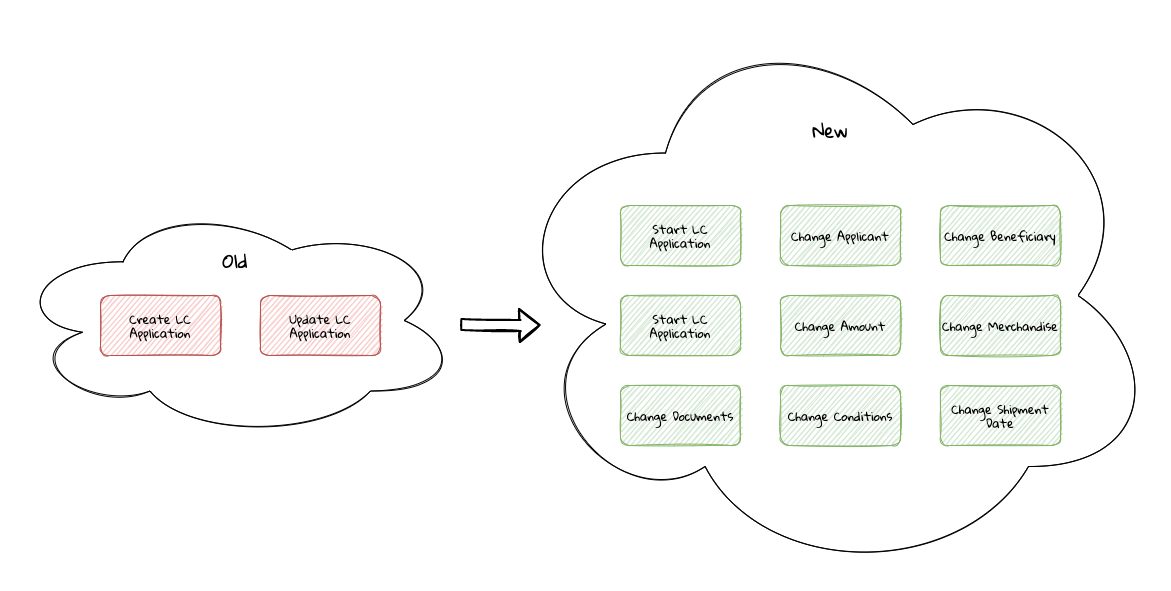
This is images/ui-patterns/old-new-commands.png from ddd-book-java/prem-website, a draw.io export, as it was before one commit. Source tidied: cells renumbered, new cells last; positions are measured from the earlier drawing's top-left corner, leaving out a move shared by most shapes. Source of this version:
```xml
<mxGraphModel>
  <root>
    <mxCell id="0" />
    <mxCell id="1" parent="0" />
    <mxCell id="2" style="ellipse;shape=cloud;whiteSpace=wrap;html=1;rounded=1;fontFamily=Gloria Hallelujah;fontSource=https%3A%2F%2Ffonts.googleapis.com%2Fcss%3Ffamily%3DGloria%2BHallelujah;sketch=1;" parent="1" vertex="1">
      <mxGeometry x="490" width="660" height="570" as="geometry" />
    </mxCell>
    <mxCell id="3" style="ellipse;shape=cloud;whiteSpace=wrap;html=1;rounded=1;fontFamily=Gloria Hallelujah;fontSource=https%3A%2F%2Ffonts.googleapis.com%2Fcss%3Ffamily%3DGloria%2BHallelujah;sketch=1;" parent="1" vertex="1">
      <mxGeometry y="192.5" width="450" height="235" as="geometry" />
    </mxCell>
    <mxCell id="4" value="Create LC Application" style="rounded=1;whiteSpace=wrap;html=1;fontFamily=Gloria Hallelujah;fontSource=https%3A%2F%2Ffonts.googleapis.com%2Fcss%3Ffamily%3DGloria%2BHallelujah;sketch=1;fillColor=#f8cecc;strokeColor=#b85450;" parent="1" vertex="1">
      <mxGeometry x="90" y="285" width="120" height="60" as="geometry" />
    </mxCell>
    <mxCell id="5" value="Update LC Application" style="rounded=1;whiteSpace=wrap;html=1;fontFamily=Gloria Hallelujah;fontSource=https%3A%2F%2Ffonts.googleapis.com%2Fcss%3Ffamily%3DGloria%2BHallelujah;sketch=1;fillColor=#f8cecc;strokeColor=#b85450;" parent="1" vertex="1">
      <mxGeometry x="250" y="285" width="120" height="60" as="geometry" />
    </mxCell>
    <mxCell id="6" value="Start LC Application" style="rounded=1;whiteSpace=wrap;html=1;fontFamily=Gloria Hallelujah;fontSource=https%3A%2F%2Ffonts.googleapis.com%2Fcss%3Ffamily%3DGloria%2BHallelujah;sketch=1;glass=0;fillColor=#d5e8d4;strokeColor=#82b366;" parent="1" vertex="1">
      <mxGeometry x="610" y="195" width="120" height="60" as="geometry" />
    </mxCell>
    <mxCell id="7" value="Change Applicant" style="rounded=1;whiteSpace=wrap;html=1;fontFamily=Gloria Hallelujah;fontSource=https%3A%2F%2Ffonts.googleapis.com%2Fcss%3Ffamily%3DGloria%2BHallelujah;sketch=1;fillColor=#d5e8d4;strokeColor=#82b366;" parent="1" vertex="1">
      <mxGeometry x="770" y="195" width="120" height="60" as="geometry" />
    </mxCell>
    <mxCell id="8" value="Change Beneficiary" style="rounded=1;whiteSpace=wrap;html=1;fontFamily=Gloria Hallelujah;fontSource=https%3A%2F%2Ffonts.googleapis.com%2Fcss%3Ffamily%3DGloria%2BHallelujah;sketch=1;fillColor=#d5e8d4;strokeColor=#82b366;" parent="1" vertex="1">
      <mxGeometry x="930" y="195" width="120" height="60" as="geometry" />
    </mxCell>
    <mxCell id="9" value="Start LC Application" style="rounded=1;whiteSpace=wrap;html=1;fontFamily=Gloria Hallelujah;fontSource=https%3A%2F%2Ffonts.googleapis.com%2Fcss%3Ffamily%3DGloria%2BHallelujah;sketch=1;fillColor=#d5e8d4;strokeColor=#82b366;" parent="1" vertex="1">
      <mxGeometry x="610" y="285" width="120" height="60" as="geometry" />
    </mxCell>
    <mxCell id="10" value="Change Amount" style="rounded=1;whiteSpace=wrap;html=1;fontFamily=Gloria Hallelujah;fontSource=https%3A%2F%2Ffonts.googleapis.com%2Fcss%3Ffamily%3DGloria%2BHallelujah;sketch=1;fillColor=#d5e8d4;strokeColor=#82b366;" parent="1" vertex="1">
      <mxGeometry x="770" y="285" width="120" height="60" as="geometry" />
    </mxCell>
    <mxCell id="11" value="Change Merchandise" style="rounded=1;whiteSpace=wrap;html=1;fontFamily=Gloria Hallelujah;fontSource=https%3A%2F%2Ffonts.googleapis.com%2Fcss%3Ffamily%3DGloria%2BHallelujah;sketch=1;fillColor=#d5e8d4;strokeColor=#82b366;" parent="1" vertex="1">
      <mxGeometry x="930" y="285" width="120" height="60" as="geometry" />
    </mxCell>
    <mxCell id="12" value="Change Documents" style="rounded=1;whiteSpace=wrap;html=1;fontFamily=Gloria Hallelujah;fontSource=https%3A%2F%2Ffonts.googleapis.com%2Fcss%3Ffamily%3DGloria%2BHallelujah;sketch=1;fillColor=#d5e8d4;strokeColor=#82b366;" parent="1" vertex="1">
      <mxGeometry x="610" y="375" width="120" height="60" as="geometry" />
    </mxCell>
    <mxCell id="13" value="Change Conditions" style="rounded=1;whiteSpace=wrap;html=1;fontFamily=Gloria Hallelujah;fontSource=https%3A%2F%2Ffonts.googleapis.com%2Fcss%3Ffamily%3DGloria%2BHallelujah;sketch=1;fillColor=#d5e8d4;strokeColor=#82b366;" parent="1" vertex="1">
      <mxGeometry x="770" y="375" width="120" height="60" as="geometry" />
    </mxCell>
    <mxCell id="14" value="Change Shipment Date" style="rounded=1;whiteSpace=wrap;html=1;fontFamily=Gloria Hallelujah;fontSource=https%3A%2F%2Ffonts.googleapis.com%2Fcss%3Ffamily%3DGloria%2BHallelujah;sketch=1;fillColor=#d5e8d4;strokeColor=#82b366;" parent="1" vertex="1">
      <mxGeometry x="930" y="375" width="120" height="60" as="geometry" />
    </mxCell>
    <mxCell id="15" style="shape=flexArrow;endArrow=classic;html=1;fontFamily=Gloria Hallelujah;fontSource=https%3A%2F%2Ffonts.googleapis.com%2Fcss%3Ffamily%3DGloria%2BHallelujah;sketch=1;curved=1;strokeWidth=2;" parent="1" edge="1" source="3">
      <mxGeometry relative="1" as="geometry">
        <mxPoint x="530" y="314.5" as="targetPoint" />
        <Array as="points">
          <mxPoint x="510" y="315" />
        </Array>
      </mxGeometry>
    </mxCell>
    <mxCell id="16" value="Old" style="text;html=1;strokeColor=none;fillColor=none;align=center;verticalAlign=middle;whiteSpace=wrap;rounded=0;sketch=1;fontFamily=Gloria Hallelujah;fontSource=https%3A%2F%2Ffonts.googleapis.com%2Fcss%3Ffamily%3DGloria%2BHallelujah;fontSize=18;" parent="1" vertex="1">
      <mxGeometry x="205" y="240" width="40" height="20" as="geometry" />
    </mxCell>
    <mxCell id="17" value="New" style="text;html=1;strokeColor=none;fillColor=none;align=center;verticalAlign=middle;whiteSpace=wrap;rounded=0;sketch=1;fontFamily=Gloria Hallelujah;fontSource=https%3A%2F%2Ffonts.googleapis.com%2Fcss%3Ffamily%3DGloria%2BHallelujah;fontSize=18;" parent="1" vertex="1">
      <mxGeometry x="800" y="110" width="40" height="20" as="geometry" />
    </mxCell>
  </root>
</mxGraphModel>
```
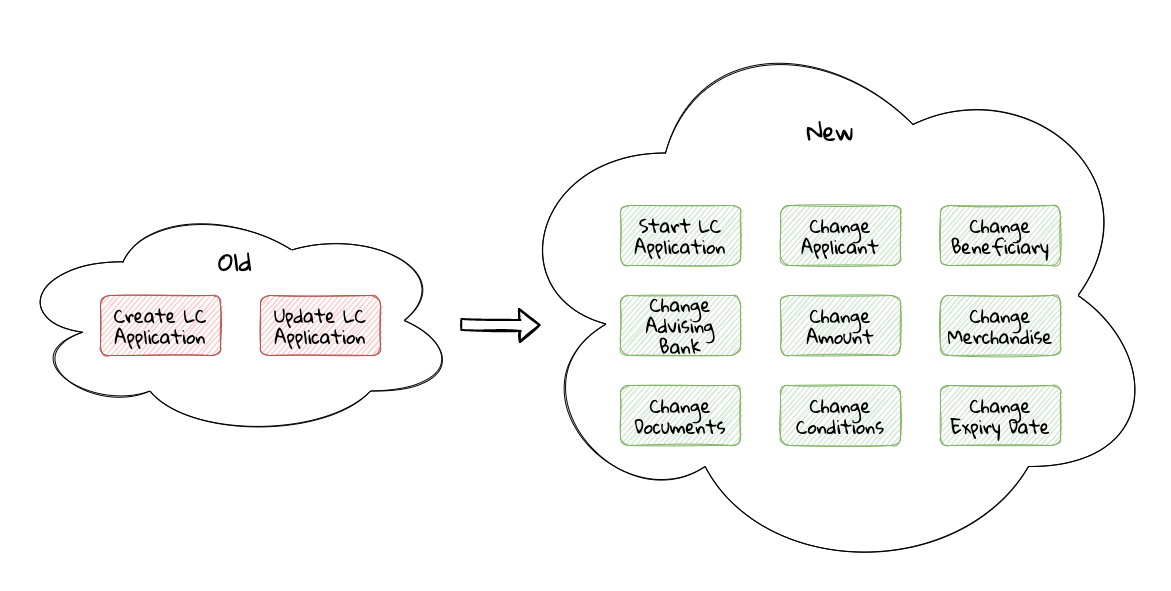
Later version of the same file.

Change to the diagram source:
```diff
@@ -8,37 +8,37 @@
     <mxCell id="3" style="ellipse;shape=cloud;whiteSpace=wrap;html=1;rounded=1;fontFamily=Gloria Hallelujah;fontSource=https%3A%2F%2Ffonts.googleapis.com%2Fcss%3Ffamily%3DGloria%2BHallelujah;sketch=1;" parent="1" vertex="1">
       <mxGeometry y="192.5" width="450" height="235" as="geometry" />
     </mxCell>
-    <mxCell id="4" value="Create LC Application" style="rounded=1;whiteSpace=wrap;html=1;fontFamily=Gloria Hallelujah;fontSource=https%3A%2F%2Ffonts.googleapis.com%2Fcss%3Ffamily%3DGloria%2BHallelujah;sketch=1;fillColor=#f8cecc;strokeColor=#b85450;" parent="1" vertex="1">
+    <mxCell id="4" value="Create LC Application" style="rounded=1;whiteSpace=wrap;html=1;fontFamily=Gloria Hallelujah;fontSource=https%3A%2F%2Ffonts.googleapis.com%2Fcss%3Ffamily%3DGloria%2BHallelujah;sketch=1;fillColor=#f8cecc;strokeColor=#b85450;fontSize=18;" parent="1" vertex="1">
       <mxGeometry x="90" y="285" width="120" height="60" as="geometry" />
     </mxCell>
-    <mxCell id="5" value="Update LC Application" style="rounded=1;whiteSpace=wrap;html=1;fontFamily=Gloria Hallelujah;fontSource=https%3A%2F%2Ffonts.googleapis.com%2Fcss%3Ffamily%3DGloria%2BHallelujah;sketch=1;fillColor=#f8cecc;strokeColor=#b85450;" parent="1" vertex="1">
+    <mxCell id="5" value="Update LC Application" style="rounded=1;whiteSpace=wrap;html=1;fontFamily=Gloria Hallelujah;fontSource=https%3A%2F%2Ffonts.googleapis.com%2Fcss%3Ffamily%3DGloria%2BHallelujah;sketch=1;fillColor=#f8cecc;strokeColor=#b85450;fontSize=18;" parent="1" vertex="1">
       <mxGeometry x="250" y="285" width="120" height="60" as="geometry" />
     </mxCell>
-    <mxCell id="6" value="Start LC Application" style="rounded=1;whiteSpace=wrap;html=1;fontFamily=Gloria Hallelujah;fontSource=https%3A%2F%2Ffonts.googleapis.com%2Fcss%3Ffamily%3DGloria%2BHallelujah;sketch=1;glass=0;fillColor=#d5e8d4;strokeColor=#82b366;" parent="1" vertex="1">
+    <mxCell id="6" value="Start LC Application" style="rounded=1;whiteSpace=wrap;html=1;fontFamily=Gloria Hallelujah;fontSource=https%3A%2F%2Ffonts.googleapis.com%2Fcss%3Ffamily%3DGloria%2BHallelujah;sketch=1;glass=0;fillColor=#d5e8d4;strokeColor=#82b366;fontSize=18;" parent="1" vertex="1">
       <mxGeometry x="610" y="195" width="120" height="60" as="geometry" />
     </mxCell>
-    <mxCell id="7" value="Change Applicant" style="rounded=1;whiteSpace=wrap;html=1;fontFamily=Gloria Hallelujah;fontSource=https%3A%2F%2Ffonts.googleapis.com%2Fcss%3Ffamily%3DGloria%2BHallelujah;sketch=1;fillColor=#d5e8d4;strokeColor=#82b366;" parent="1" vertex="1">
+    <mxCell id="7" value="Change Applicant" style="rounded=1;whiteSpace=wrap;html=1;fontFamily=Gloria Hallelujah;fontSource=https%3A%2F%2Ffonts.googleapis.com%2Fcss%3Ffamily%3DGloria%2BHallelujah;sketch=1;fillColor=#d5e8d4;strokeColor=#82b366;fontSize=18;" parent="1" vertex="1">
       <mxGeometry x="770" y="195" width="120" height="60" as="geometry" />
     </mxCell>
-    <mxCell id="8" value="Change Beneficiary" style="rounded=1;whiteSpace=wrap;html=1;fontFamily=Gloria Hallelujah;fontSource=https%3A%2F%2Ffonts.googleapis.com%2Fcss%3Ffamily%3DGloria%2BHallelujah;sketch=1;fillColor=#d5e8d4;strokeColor=#82b366;" parent="1" vertex="1">
+    <mxCell id="8" value="Change Beneficiary" style="rounded=1;whiteSpace=wrap;html=1;fontFamily=Gloria Hallelujah;fontSource=https%3A%2F%2Ffonts.googleapis.com%2Fcss%3Ffamily%3DGloria%2BHallelujah;sketch=1;fillColor=#d5e8d4;strokeColor=#82b366;fontSize=18;" parent="1" vertex="1">
       <mxGeometry x="930" y="195" width="120" height="60" as="geometry" />
     </mxCell>
-    <mxCell id="9" value="Start LC Application" style="rounded=1;whiteSpace=wrap;html=1;fontFamily=Gloria Hallelujah;fontSource=https%3A%2F%2Ffonts.googleapis.com%2Fcss%3Ffamily%3DGloria%2BHallelujah;sketch=1;fillColor=#d5e8d4;strokeColor=#82b366;" parent="1" vertex="1">
+    <mxCell id="9" value="Change Advising Bank" style="rounded=1;whiteSpace=wrap;html=1;fontFamily=Gloria Hallelujah;fontSource=https%3A%2F%2Ffonts.googleapis.com%2Fcss%3Ffamily%3DGloria%2BHallelujah;sketch=1;fillColor=#d5e8d4;strokeColor=#82b366;fontSize=18;" parent="1" vertex="1">
       <mxGeometry x="610" y="285" width="120" height="60" as="geometry" />
     </mxCell>
-    <mxCell id="10" value="Change Amount" style="rounded=1;whiteSpace=wrap;html=1;fontFamily=Gloria Hallelujah;fontSource=https%3A%2F%2Ffonts.googleapis.com%2Fcss%3Ffamily%3DGloria%2BHallelujah;sketch=1;fillColor=#d5e8d4;strokeColor=#82b366;" parent="1" vertex="1">
+    <mxCell id="10" value="Change Amount" style="rounded=1;whiteSpace=wrap;html=1;fontFamily=Gloria Hallelujah;fontSource=https%3A%2F%2Ffonts.googleapis.com%2Fcss%3Ffamily%3DGloria%2BHallelujah;sketch=1;fillColor=#d5e8d4;strokeColor=#82b366;fontSize=18;" parent="1" vertex="1">
       <mxGeometry x="770" y="285" width="120" height="60" as="geometry" />
     </mxCell>
-    <mxCell id="11" value="Change Merchandise" style="rounded=1;whiteSpace=wrap;html=1;fontFamily=Gloria Hallelujah;fontSource=https%3A%2F%2Ffonts.googleapis.com%2Fcss%3Ffamily%3DGloria%2BHallelujah;sketch=1;fillColor=#d5e8d4;strokeColor=#82b366;" parent="1" vertex="1">
+    <mxCell id="11" value="Change Merchandise" style="rounded=1;whiteSpace=wrap;html=1;fontFamily=Gloria Hallelujah;fontSource=https%3A%2F%2Ffonts.googleapis.com%2Fcss%3Ffamily%3DGloria%2BHallelujah;sketch=1;fillColor=#d5e8d4;strokeColor=#82b366;fontSize=18;" parent="1" vertex="1">
       <mxGeometry x="930" y="285" width="120" height="60" as="geometry" />
     </mxCell>
-    <mxCell id="12" value="Change Documents" style="rounded=1;whiteSpace=wrap;html=1;fontFamily=Gloria Hallelujah;fontSource=https%3A%2F%2Ffonts.googleapis.com%2Fcss%3Ffamily%3DGloria%2BHallelujah;sketch=1;fillColor=#d5e8d4;strokeColor=#82b366;" parent="1" vertex="1">
+    <mxCell id="12" value="Change Documents" style="rounded=1;whiteSpace=wrap;html=1;fontFamily=Gloria Hallelujah;fontSource=https%3A%2F%2Ffonts.googleapis.com%2Fcss%3Ffamily%3DGloria%2BHallelujah;sketch=1;fillColor=#d5e8d4;strokeColor=#82b366;fontSize=18;" parent="1" vertex="1">
       <mxGeometry x="610" y="375" width="120" height="60" as="geometry" />
     </mxCell>
-    <mxCell id="13" value="Change Conditions" style="rounded=1;whiteSpace=wrap;html=1;fontFamily=Gloria Hallelujah;fontSource=https%3A%2F%2Ffonts.googleapis.com%2Fcss%3Ffamily%3DGloria%2BHallelujah;sketch=1;fillColor=#d5e8d4;strokeColor=#82b366;" parent="1" vertex="1">
+    <mxCell id="13" value="Change Conditions" style="rounded=1;whiteSpace=wrap;html=1;fontFamily=Gloria Hallelujah;fontSource=https%3A%2F%2Ffonts.googleapis.com%2Fcss%3Ffamily%3DGloria%2BHallelujah;sketch=1;fillColor=#d5e8d4;strokeColor=#82b366;fontSize=18;" parent="1" vertex="1">
       <mxGeometry x="770" y="375" width="120" height="60" as="geometry" />
     </mxCell>
-    <mxCell id="14" value="Change Shipment Date" style="rounded=1;whiteSpace=wrap;html=1;fontFamily=Gloria Hallelujah;fontSource=https%3A%2F%2Ffonts.googleapis.com%2Fcss%3Ffamily%3DGloria%2BHallelujah;sketch=1;fillColor=#d5e8d4;strokeColor=#82b366;" parent="1" vertex="1">
+    <mxCell id="14" value="Change Expiry Date" style="rounded=1;whiteSpace=wrap;html=1;fontFamily=Gloria Hallelujah;fontSource=https%3A%2F%2Ffonts.googleapis.com%2Fcss%3Ffamily%3DGloria%2BHallelujah;sketch=1;fillColor=#d5e8d4;strokeColor=#82b366;fontSize=18;" parent="1" vertex="1">
       <mxGeometry x="930" y="375" width="120" height="60" as="geometry" />
     </mxCell>
     <mxCell id="15" style="shape=flexArrow;endArrow=classic;html=1;fontFamily=Gloria Hallelujah;fontSource=https%3A%2F%2Ffonts.googleapis.com%2Fcss%3Ffamily%3DGloria%2BHallelujah;sketch=1;curved=1;strokeWidth=2;" parent="1" edge="1" source="3">
@@ -49,10 +49,10 @@
         </Array>
       </mxGeometry>
     </mxCell>
-    <mxCell id="16" value="Old" style="text;html=1;strokeColor=none;fillColor=none;align=center;verticalAlign=middle;whiteSpace=wrap;rounded=0;sketch=1;fontFamily=Gloria Hallelujah;fontSource=https%3A%2F%2Ffonts.googleapis.com%2Fcss%3Ffamily%3DGloria%2BHallelujah;fontSize=18;" parent="1" vertex="1">
+    <mxCell id="16" value="Old" style="text;html=1;strokeColor=none;fillColor=none;align=center;verticalAlign=middle;whiteSpace=wrap;rounded=0;sketch=1;fontFamily=Gloria Hallelujah;fontSource=https%3A%2F%2Ffonts.googleapis.com%2Fcss%3Ffamily%3DGloria%2BHallelujah;fontSize=24;" parent="1" vertex="1">
       <mxGeometry x="205" y="240" width="40" height="20" as="geometry" />
     </mxCell>
-    <mxCell id="17" value="New" style="text;html=1;strokeColor=none;fillColor=none;align=center;verticalAlign=middle;whiteSpace=wrap;rounded=0;sketch=1;fontFamily=Gloria Hallelujah;fontSource=https%3A%2F%2Ffonts.googleapis.com%2Fcss%3Ffamily%3DGloria%2BHallelujah;fontSize=18;" parent="1" vertex="1">
+    <mxCell id="17" value="New" style="text;html=1;strokeColor=none;fillColor=none;align=center;verticalAlign=middle;whiteSpace=wrap;rounded=0;sketch=1;fontFamily=Gloria Hallelujah;fontSource=https%3A%2F%2Ffonts.googleapis.com%2Fcss%3Ffamily%3DGloria%2BHallelujah;fontSize=24;" parent="1" vertex="1">
       <mxGeometry x="800" y="110" width="40" height="20" as="geometry" />
     </mxCell>
   </root>
```
